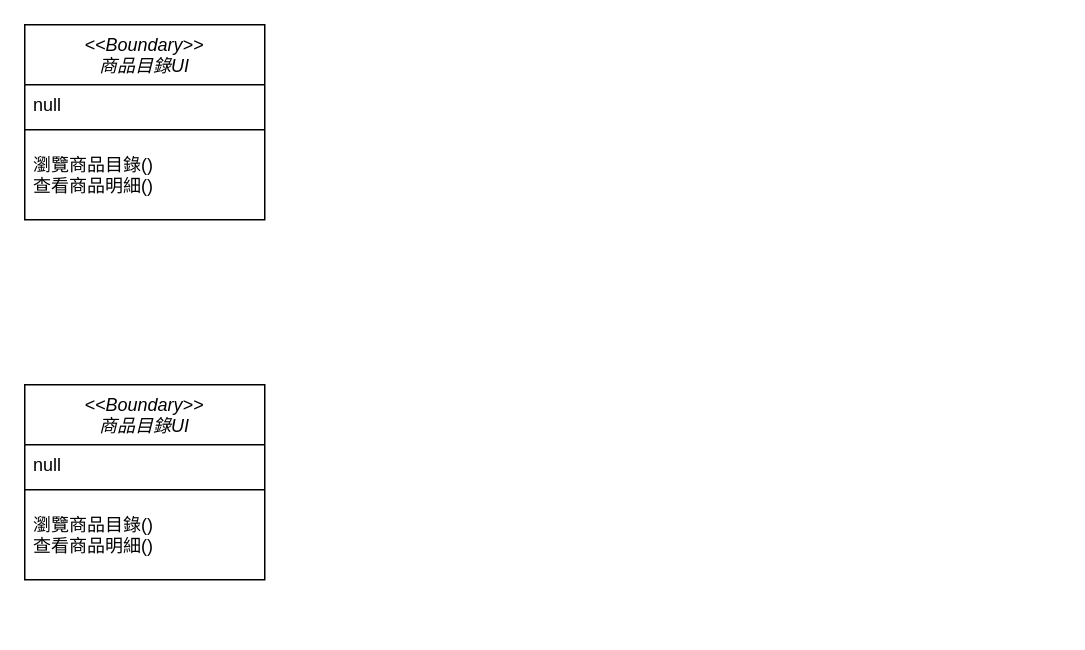
The draw.io diagram 購物車類別圖0515.drawio in odcs0320/blog, before the edit. Source tidied: cells renumbered, new cells numbered last; positions are measured from the earlier drawing's top-left corner, leaving out a move shared by most shapes. Both pictures are drawn from the tidied source at 150%, with x=0, y=0 at pixel (24, 24).
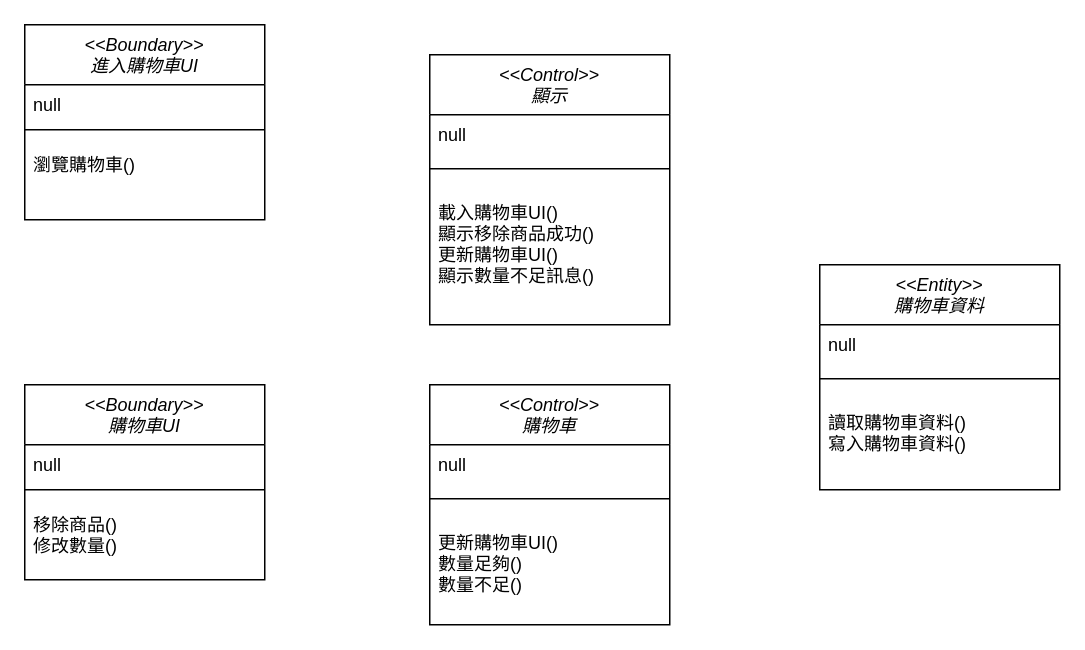
After the change.

Commit message:
更新購物車類別圖0515.drawio

Diff of the diagram source:
```diff
@@
-    <mxCell id="2" value="&lt;&lt;Boundary&gt;&gt;&#10;商品目錄UI" style="swimlane;fontStyle=2;align=center;verticalAlign=top;horizontal=1;startSize=40;rounded=0;shadow=0;strokeWidth=1;" parent="1" vertex="1">
+    <mxCell id="2" value="&lt;&lt;Boundary&gt;&gt;&#10;進入購物車UI" style="swimlane;fontStyle=2;align=center;verticalAlign=top;horizontal=1;startSize=40;rounded=0;shadow=0;strokeWidth=1;" parent="1" vertex="1">
       <mxGeometry width="160" height="130" as="geometry" />
     </mxCell>
@@
-    <mxCell id="5" value="瀏覽商品目錄()&#10;查看商品明細()&#10;" style="text;align=left;verticalAlign=top;spacingLeft=4;spacingRight=4;overflow=hidden;rounded=0;shadow=0;html=0;" parent="2" vertex="1">
+    <mxCell id="5" value="瀏覽購物車()&#10;" style="text;align=left;verticalAlign=top;spacingLeft=4;spacingRight=4;overflow=hidden;rounded=0;shadow=0;html=0;" parent="2" vertex="1">
       <mxGeometry y="80" width="160" height="38" as="geometry" />
     </mxCell>
-    <mxCell id="6" value="&lt;&lt;Boundary&gt;&gt;&#10;商品目錄UI" style="swimlane;fontStyle=2;align=center;verticalAlign=top;horizontal=1;startSize=40;rounded=0;shadow=0;strokeWidth=1;" parent="1" vertex="1">
+    <mxCell id="6" value="&lt;&lt;Boundary&gt;&gt;&#10;購物車UI" style="swimlane;fontStyle=2;align=center;verticalAlign=top;horizontal=1;startSize=40;rounded=0;shadow=0;strokeWidth=1;" parent="1" vertex="1">
       <mxGeometry y="240" width="160" height="130" as="geometry" />
     </mxCell>
@@
-    <mxCell id="9" value="瀏覽商品目錄()&#10;查看商品明細()&#10;" style="text;align=left;verticalAlign=top;spacingLeft=4;spacingRight=4;overflow=hidden;rounded=0;shadow=0;html=0;" parent="6" vertex="1">
+    <mxCell id="9" value="移除商品()&#10;修改數量()&#10;" style="text;align=left;verticalAlign=top;spacingLeft=4;spacingRight=4;overflow=hidden;rounded=0;shadow=0;html=0;" parent="6" vertex="1">
       <mxGeometry y="80" width="160" height="38" as="geometry" />
     </mxCell>
+    <mxCell id="10" value="&lt;&lt;Control&gt;&gt;&#10;顯示" style="swimlane;fontStyle=2;align=center;verticalAlign=top;horizontal=1;startSize=40;rounded=0;shadow=0;strokeWidth=1;" parent="1" vertex="1">
+      <mxGeometry x="270" y="20" width="160" height="180" as="geometry" />
+    </mxCell>
+    <mxCell id="11" value="null" style="text;align=left;verticalAlign=top;spacingLeft=4;spacingRight=4;overflow=hidden;rounded=0;shadow=0;html=0;" parent="10" vertex="1">
+      <mxGeometry y="40" width="160" height="20" as="geometry" />
+    </mxCell>
+    <mxCell id="12" style="line;html=1;strokeWidth=1;align=left;verticalAlign=middle;spacingTop=-1;spacingLeft=3;spacingRight=3;labelPosition=right;" parent="10" vertex="1">
+      <mxGeometry y="60" width="160" height="32" as="geometry" />
+    </mxCell>
+    <mxCell id="13" value="載入購物車UI()&#10;顯示移除商品成功()&#10;更新購物車UI()&#10;顯示數量不足訊息()" style="text;align=left;verticalAlign=top;spacingLeft=4;spacingRight=4;overflow=hidden;rounded=0;shadow=0;html=0;" parent="10" vertex="1">
+      <mxGeometry y="92" width="160" height="68" as="geometry" />
+    </mxCell>
+    <mxCell id="14" value="&lt;&lt;Control&gt;&gt;&#10;購物車" style="swimlane;fontStyle=2;align=center;verticalAlign=top;horizontal=1;startSize=40;rounded=0;shadow=0;strokeWidth=1;" parent="1" vertex="1">
+      <mxGeometry x="270" y="240" width="160" height="160" as="geometry" />
+    </mxCell>
+    <mxCell id="15" value="null" style="text;align=left;verticalAlign=top;spacingLeft=4;spacingRight=4;overflow=hidden;rounded=0;shadow=0;html=0;" parent="14" vertex="1">
+      <mxGeometry y="40" width="160" height="20" as="geometry" />
+    </mxCell>
+    <mxCell id="16" style="line;html=1;strokeWidth=1;align=left;verticalAlign=middle;spacingTop=-1;spacingLeft=3;spacingRight=3;labelPosition=right;" parent="14" vertex="1">
+      <mxGeometry y="60" width="160" height="32" as="geometry" />
+    </mxCell>
+    <mxCell id="17" value="更新購物車UI()&#10;數量足夠()&#10;數量不足()" style="text;align=left;verticalAlign=top;spacingLeft=4;spacingRight=4;overflow=hidden;rounded=0;shadow=0;html=0;" parent="14" vertex="1">
+      <mxGeometry y="92" width="160" height="68" as="geometry" />
+    </mxCell>
+    <mxCell id="18" value="&lt;&lt;Entity&gt;&gt;&#10;購物車資料" style="swimlane;fontStyle=2;align=center;verticalAlign=top;horizontal=1;startSize=40;rounded=0;shadow=0;strokeWidth=1;" parent="1" vertex="1">
+      <mxGeometry x="530" y="160" width="160" height="150" as="geometry" />
+    </mxCell>
+    <mxCell id="19" value="null" style="text;align=left;verticalAlign=top;spacingLeft=4;spacingRight=4;overflow=hidden;rounded=0;shadow=0;html=0;" parent="18" vertex="1">
+      <mxGeometry y="40" width="160" height="20" as="geometry" />
+    </mxCell>
+    <mxCell id="20" style="line;html=1;strokeWidth=1;align=left;verticalAlign=middle;spacingTop=-1;spacingLeft=3;spacingRight=3;labelPosition=right;" parent="18" vertex="1">
+      <mxGeometry y="60" width="160" height="32" as="geometry" />
+    </mxCell>
+    <mxCell id="21" value="讀取購物車資料()&#10;寫入購物車資料()" style="text;align=left;verticalAlign=top;spacingLeft=4;spacingRight=4;overflow=hidden;rounded=0;shadow=0;html=0;" parent="18" vertex="1">
+      <mxGeometry y="92" width="160" height="58" as="geometry" />
+    </mxCell>
```
